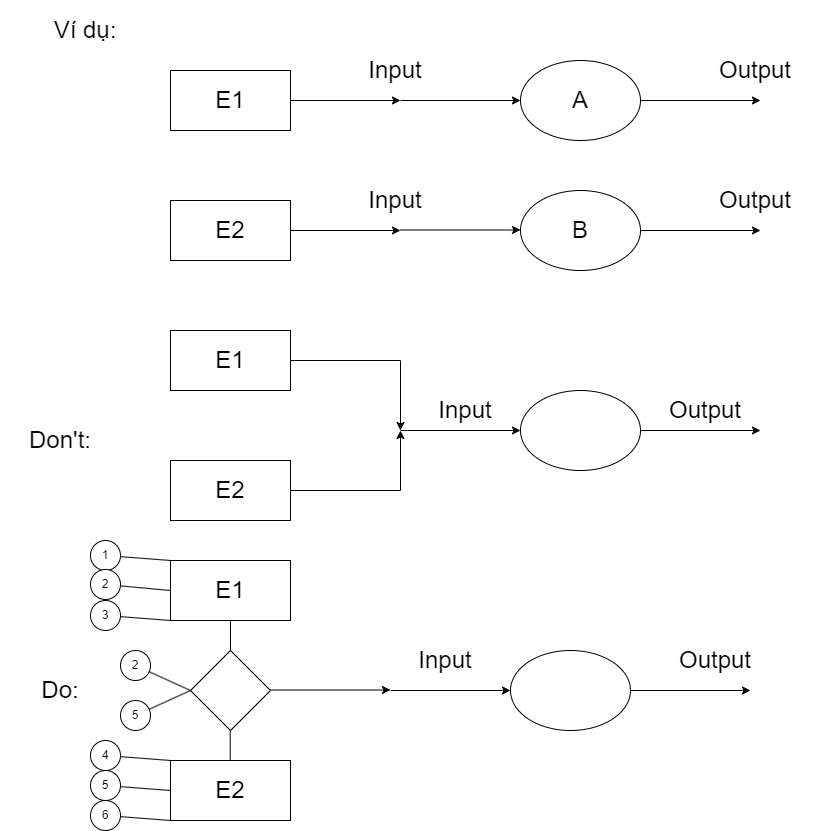
This is Ví Dụ 1 (Chương 2).png from datnham0212/learning, a draw.io export, as it was before one commit. Source tidied: cells renumbered, new cells last; positions are measured from the earlier drawing's top-left corner, leaving out a move shared by most shapes. Source of this version:
```xml
<mxGraphModel>
  <root>
    <mxCell id="0" />
    <mxCell id="1" parent="0" />
    <mxCell id="2" style="edgeStyle=orthogonalEdgeStyle;rounded=0;jettySize=auto;html=1;fontSize=24;" parent="1" edge="1" source="3">
      <mxGeometry relative="1" as="geometry">
        <mxPoint x="400" y="100" as="targetPoint" />
      </mxGeometry>
    </mxCell>
    <mxCell id="3" value="E1" style="rounded=0;whiteSpace=wrap;html=1;fontSize=24;" parent="1" vertex="1">
      <mxGeometry x="170" y="70" width="120" height="60" as="geometry" />
    </mxCell>
    <mxCell id="4" style="edgeStyle=orthogonalEdgeStyle;rounded=0;jettySize=auto;html=1;fontSize=24;" parent="1" edge="1" source="5">
      <mxGeometry relative="1" as="geometry">
        <mxPoint x="400" y="230" as="targetPoint" />
      </mxGeometry>
    </mxCell>
    <mxCell id="5" value="E2" style="rounded=0;whiteSpace=wrap;html=1;fontSize=24;" parent="1" vertex="1">
      <mxGeometry x="170" y="200" width="120" height="60" as="geometry" />
    </mxCell>
    <mxCell id="6" style="endArrow=classic;html=1;rounded=0;fontSize=24;" parent="1" edge="1">
      <mxGeometry relative="1" as="geometry">
        <mxPoint x="400" y="100" as="sourcePoint" />
        <mxPoint x="520" y="100" as="targetPoint" />
      </mxGeometry>
    </mxCell>
    <mxCell id="7" style="endArrow=classic;html=1;rounded=0;fontSize=24;" parent="1" edge="1">
      <mxGeometry relative="1" as="geometry">
        <mxPoint x="400" y="229.5" as="sourcePoint" />
        <mxPoint x="520" y="229.5" as="targetPoint" />
      </mxGeometry>
    </mxCell>
    <mxCell id="8" style="edgeStyle=orthogonalEdgeStyle;rounded=0;jettySize=auto;html=1;fontSize=24;" parent="1" edge="1" source="9">
      <mxGeometry relative="1" as="geometry">
        <mxPoint x="760" y="100" as="targetPoint" />
      </mxGeometry>
    </mxCell>
    <mxCell id="9" value="A" style="ellipse;whiteSpace=wrap;html=1;fontSize=24;" parent="1" vertex="1">
      <mxGeometry x="520" y="60" width="120" height="80" as="geometry" />
    </mxCell>
    <mxCell id="10" style="edgeStyle=orthogonalEdgeStyle;rounded=0;jettySize=auto;html=1;fontSize=24;" parent="1" edge="1" source="11">
      <mxGeometry relative="1" as="geometry">
        <mxPoint x="760" y="230" as="targetPoint" />
      </mxGeometry>
    </mxCell>
    <mxCell id="11" value="B" style="ellipse;whiteSpace=wrap;html=1;fontSize=24;" parent="1" vertex="1">
      <mxGeometry x="520" y="190" width="120" height="80" as="geometry" />
    </mxCell>
    <mxCell id="12" style="edgeStyle=orthogonalEdgeStyle;rounded=0;jettySize=auto;html=1;fontSize=24;" parent="1" edge="1" source="13">
      <mxGeometry relative="1" as="geometry">
        <mxPoint x="400" y="430" as="targetPoint" />
      </mxGeometry>
    </mxCell>
    <mxCell id="13" value="E1" style="rounded=0;whiteSpace=wrap;html=1;fontSize=24;" parent="1" vertex="1">
      <mxGeometry x="170" y="330" width="120" height="60" as="geometry" />
    </mxCell>
    <mxCell id="14" style="edgeStyle=orthogonalEdgeStyle;rounded=0;jettySize=auto;html=1;fontSize=24;" parent="1" edge="1" source="15">
      <mxGeometry relative="1" as="geometry">
        <mxPoint x="400" y="430" as="targetPoint" />
      </mxGeometry>
    </mxCell>
    <mxCell id="15" value="E2" style="rounded=0;whiteSpace=wrap;html=1;fontSize=24;" parent="1" vertex="1">
      <mxGeometry x="170" y="460" width="120" height="60" as="geometry" />
    </mxCell>
    <mxCell id="16" style="endArrow=classic;html=1;rounded=0;fontSize=24;" parent="1" edge="1">
      <mxGeometry relative="1" as="geometry">
        <mxPoint x="400" y="430" as="sourcePoint" />
        <mxPoint x="520" y="430" as="targetPoint" />
      </mxGeometry>
    </mxCell>
    <mxCell id="17" style="edgeStyle=orthogonalEdgeStyle;rounded=0;jettySize=auto;html=1;fontSize=24;" parent="1" edge="1" source="18">
      <mxGeometry relative="1" as="geometry">
        <mxPoint x="760" y="430" as="targetPoint" />
      </mxGeometry>
    </mxCell>
    <mxCell id="18" style="ellipse;whiteSpace=wrap;html=1;fontSize=24;" parent="1" vertex="1">
      <mxGeometry x="520" y="390" width="120" height="80" as="geometry" />
    </mxCell>
    <mxCell id="19" value="E2" style="rounded=0;whiteSpace=wrap;html=1;fontSize=24;" parent="1" vertex="1">
      <mxGeometry x="170" y="760" width="120" height="60" as="geometry" />
    </mxCell>
    <mxCell id="20" style="endArrow=classic;html=1;rounded=0;fontSize=24;" parent="1" edge="1">
      <mxGeometry relative="1" as="geometry">
        <mxPoint x="390" y="690" as="sourcePoint" />
        <mxPoint x="510" y="690" as="targetPoint" />
      </mxGeometry>
    </mxCell>
    <mxCell id="21" style="edgeStyle=orthogonalEdgeStyle;rounded=0;jettySize=auto;html=1;fontSize=24;" parent="1" edge="1" source="22">
      <mxGeometry relative="1" as="geometry">
        <mxPoint x="750" y="690" as="targetPoint" />
      </mxGeometry>
    </mxCell>
    <mxCell id="22" style="ellipse;whiteSpace=wrap;html=1;fontSize=24;" parent="1" vertex="1">
      <mxGeometry x="510" y="650" width="120" height="80" as="geometry" />
    </mxCell>
    <mxCell id="23" value="E1" style="rounded=0;whiteSpace=wrap;html=1;fontSize=24;" parent="1" vertex="1">
      <mxGeometry x="170" y="560" width="120" height="60" as="geometry" />
    </mxCell>
    <mxCell id="24" style="rhombus;whiteSpace=wrap;html=1;fontSize=24;" parent="1" vertex="1">
      <mxGeometry x="190" y="650" width="80" height="80" as="geometry" />
    </mxCell>
    <mxCell id="25" style="endArrow=classic;html=1;rounded=0;fontSize=24;" parent="1" edge="1">
      <mxGeometry relative="1" as="geometry">
        <mxPoint x="270" y="689.5" as="sourcePoint" />
        <mxPoint x="390" y="689.5" as="targetPoint" />
      </mxGeometry>
    </mxCell>
    <mxCell id="26" style="endArrow=none;html=1;rounded=0;fontSize=24;" parent="1" edge="1" target="23">
      <mxGeometry relative="1" as="geometry">
        <mxPoint x="230" y="650" as="sourcePoint" />
      </mxGeometry>
    </mxCell>
    <mxCell id="27" style="endArrow=none;html=1;rounded=0;fontSize=24;" parent="1" edge="1">
      <mxGeometry relative="1" as="geometry">
        <mxPoint x="229.7" y="760" as="sourcePoint" />
        <mxPoint x="229.7" y="730" as="targetPoint" />
      </mxGeometry>
    </mxCell>
    <mxCell id="28" value="Don't:" style="text;html=1;strokeColor=none;fillColor=none;align=center;verticalAlign=middle;whiteSpace=wrap;rounded=0;fontSize=24;" parent="1" vertex="1">
      <mxGeometry y="400" width="120" height="80" as="geometry" />
    </mxCell>
    <mxCell id="29" value="Do:" style="text;html=1;strokeColor=none;fillColor=none;align=center;verticalAlign=middle;whiteSpace=wrap;rounded=0;fontSize=24;" parent="1" vertex="1">
      <mxGeometry y="650" width="120" height="80" as="geometry" />
    </mxCell>
    <mxCell id="30" value="&lt;span style=&quot;font-size: 24px;&quot;&gt;Ví dụ:&lt;/span&gt;" style="text;html=1;strokeColor=none;fillColor=none;align=center;verticalAlign=middle;whiteSpace=wrap;rounded=0;" parent="1" vertex="1">
      <mxGeometry x="10" width="150" height="60" as="geometry" />
    </mxCell>
    <mxCell id="31" value="&lt;span style=&quot;font-size: 24px;&quot;&gt;Input&lt;/span&gt;" style="text;html=1;strokeColor=none;fillColor=none;align=center;verticalAlign=middle;whiteSpace=wrap;rounded=0;" parent="1" vertex="1">
      <mxGeometry x="320" y="40" width="150" height="60" as="geometry" />
    </mxCell>
    <mxCell id="32" value="&lt;span style=&quot;font-size: 24px;&quot;&gt;Output&lt;/span&gt;" style="text;html=1;strokeColor=none;fillColor=none;align=center;verticalAlign=middle;whiteSpace=wrap;rounded=0;" parent="1" vertex="1">
      <mxGeometry x="680" y="40" width="150" height="60" as="geometry" />
    </mxCell>
    <mxCell id="33" value="&lt;span style=&quot;font-size: 24px;&quot;&gt;Input&lt;/span&gt;" style="text;html=1;strokeColor=none;fillColor=none;align=center;verticalAlign=middle;whiteSpace=wrap;rounded=0;" parent="1" vertex="1">
      <mxGeometry x="320" y="170" width="150" height="60" as="geometry" />
    </mxCell>
    <mxCell id="34" value="&lt;span style=&quot;font-size: 24px;&quot;&gt;Output&lt;/span&gt;" style="text;html=1;strokeColor=none;fillColor=none;align=center;verticalAlign=middle;whiteSpace=wrap;rounded=0;" parent="1" vertex="1">
      <mxGeometry x="680" y="170" width="150" height="60" as="geometry" />
    </mxCell>
    <mxCell id="35" value="&lt;span style=&quot;font-size: 24px;&quot;&gt;Input&lt;/span&gt;" style="text;html=1;strokeColor=none;fillColor=none;align=center;verticalAlign=middle;whiteSpace=wrap;rounded=0;" parent="1" vertex="1">
      <mxGeometry x="390" y="380" width="150" height="60" as="geometry" />
    </mxCell>
    <mxCell id="36" value="&lt;span style=&quot;font-size: 24px;&quot;&gt;Output&lt;/span&gt;" style="text;html=1;strokeColor=none;fillColor=none;align=center;verticalAlign=middle;whiteSpace=wrap;rounded=0;" parent="1" vertex="1">
      <mxGeometry x="630" y="380" width="150" height="60" as="geometry" />
    </mxCell>
    <mxCell id="37" value="&lt;span style=&quot;font-size: 24px;&quot;&gt;Output&lt;/span&gt;" style="text;html=1;strokeColor=none;fillColor=none;align=center;verticalAlign=middle;whiteSpace=wrap;rounded=0;" parent="1" vertex="1">
      <mxGeometry x="640" y="630" width="150" height="60" as="geometry" />
    </mxCell>
    <mxCell id="38" value="&lt;span style=&quot;font-size: 24px;&quot;&gt;Input&lt;/span&gt;" style="text;html=1;strokeColor=none;fillColor=none;align=center;verticalAlign=middle;whiteSpace=wrap;rounded=0;" parent="1" vertex="1">
      <mxGeometry x="370" y="630" width="150" height="60" as="geometry" />
    </mxCell>
    <mxCell id="39" style="endArrow=none;html=1;rounded=0;exitX=0;exitY=0;exitDx=0;exitDy=0;" parent="1" edge="1" source="23" target="40">
      <mxGeometry relative="1" as="geometry" />
    </mxCell>
    <mxCell id="40" value="1" style="ellipse;whiteSpace=wrap;html=1;" parent="1" vertex="1">
      <mxGeometry x="90" y="540" width="30" height="30" as="geometry" />
    </mxCell>
    <mxCell id="41" style="endArrow=none;html=1;rounded=0;exitX=0;exitY=0;exitDx=0;exitDy=0;" parent="1" edge="1" target="42">
      <mxGeometry relative="1" as="geometry">
        <mxPoint x="170" y="590" as="sourcePoint" />
      </mxGeometry>
    </mxCell>
    <mxCell id="42" value="2" style="ellipse;whiteSpace=wrap;html=1;" parent="1" vertex="1">
      <mxGeometry x="90" y="569" width="30" height="30" as="geometry" />
    </mxCell>
    <mxCell id="43" style="endArrow=none;html=1;rounded=0;exitX=0;exitY=0;exitDx=0;exitDy=0;" parent="1" edge="1" target="44">
      <mxGeometry relative="1" as="geometry">
        <mxPoint x="170" y="620" as="sourcePoint" />
      </mxGeometry>
    </mxCell>
    <mxCell id="44" value="3" style="ellipse;whiteSpace=wrap;html=1;" parent="1" vertex="1">
      <mxGeometry x="90" y="600" width="30" height="30" as="geometry" />
    </mxCell>
    <mxCell id="45" style="endArrow=none;html=1;rounded=0;exitX=0;exitY=0;exitDx=0;exitDy=0;" parent="1" edge="1" target="46">
      <mxGeometry relative="1" as="geometry">
        <mxPoint x="170" y="760" as="sourcePoint" />
      </mxGeometry>
    </mxCell>
    <mxCell id="46" value="4" style="ellipse;whiteSpace=wrap;html=1;" parent="1" vertex="1">
      <mxGeometry x="90" y="740" width="30" height="30" as="geometry" />
    </mxCell>
    <mxCell id="47" style="endArrow=none;html=1;rounded=0;exitX=0;exitY=0;exitDx=0;exitDy=0;" parent="1" edge="1" target="48">
      <mxGeometry relative="1" as="geometry">
        <mxPoint x="170" y="790" as="sourcePoint" />
      </mxGeometry>
    </mxCell>
    <mxCell id="48" value="5" style="ellipse;whiteSpace=wrap;html=1;" parent="1" vertex="1">
      <mxGeometry x="90" y="770" width="30" height="30" as="geometry" />
    </mxCell>
    <mxCell id="49" style="endArrow=none;html=1;rounded=0;exitX=0;exitY=0;exitDx=0;exitDy=0;" parent="1" edge="1" target="50">
      <mxGeometry relative="1" as="geometry">
        <mxPoint x="170" y="820" as="sourcePoint" />
      </mxGeometry>
    </mxCell>
    <mxCell id="50" value="6" style="ellipse;whiteSpace=wrap;html=1;" parent="1" vertex="1">
      <mxGeometry x="90" y="800" width="30" height="30" as="geometry" />
    </mxCell>
    <mxCell id="51" style="endArrow=none;html=1;rounded=0;exitX=0;exitY=0;exitDx=0;exitDy=0;" parent="1" edge="1" target="52">
      <mxGeometry relative="1" as="geometry">
        <mxPoint x="190" y="690" as="sourcePoint" />
      </mxGeometry>
    </mxCell>
    <mxCell id="52" value="5" style="ellipse;whiteSpace=wrap;html=1;" parent="1" vertex="1">
      <mxGeometry x="120" y="700" width="30" height="30" as="geometry" />
    </mxCell>
    <mxCell id="53" style="endArrow=none;html=1;rounded=0;exitX=0;exitY=0.5;exitDx=0;exitDy=0;" parent="1" edge="1" source="24" target="54">
      <mxGeometry relative="1" as="geometry" />
    </mxCell>
    <mxCell id="54" value="2" style="ellipse;whiteSpace=wrap;html=1;" parent="1" vertex="1">
      <mxGeometry x="120" y="650" width="30" height="30" as="geometry" />
    </mxCell>
  </root>
</mxGraphModel>
```
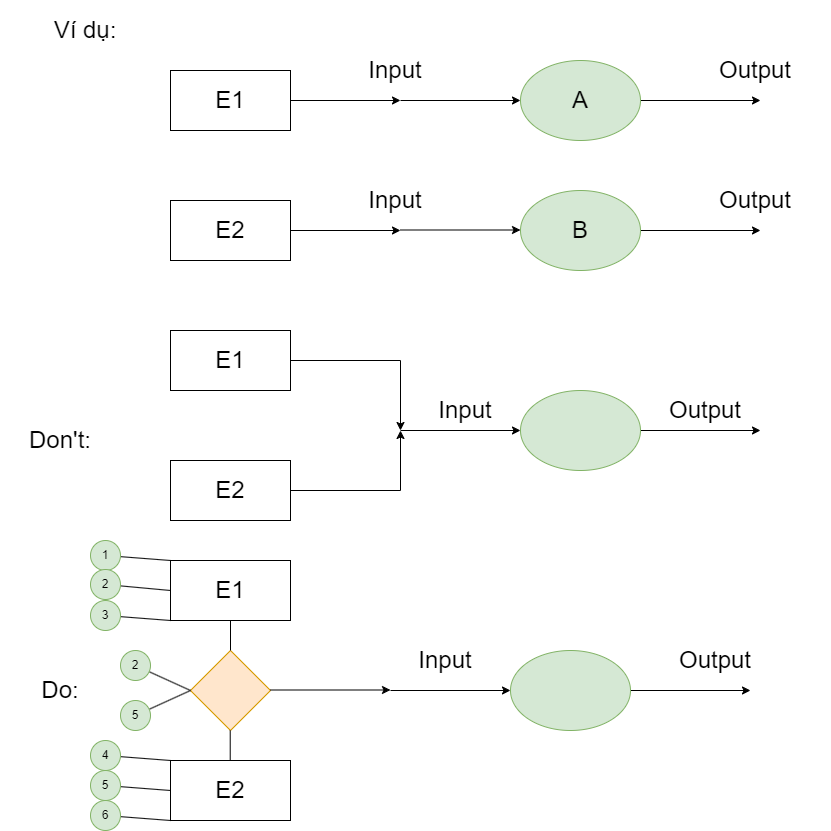
The same file after the commit.

The edit, as a diff of the source:
```diff
@@ -35,7 +35,7 @@
         <mxPoint x="760" y="100" as="targetPoint" />
       </mxGeometry>
     </mxCell>
-    <mxCell id="9" value="A" style="ellipse;whiteSpace=wrap;html=1;fontSize=24;" parent="1" vertex="1">
+    <mxCell id="9" value="A" style="ellipse;whiteSpace=wrap;html=1;fontSize=24;fillColor=#d5e8d4;strokeColor=#82b366;" parent="1" vertex="1">
       <mxGeometry x="520" y="60" width="120" height="80" as="geometry" />
     </mxCell>
     <mxCell id="10" style="edgeStyle=orthogonalEdgeStyle;rounded=0;jettySize=auto;html=1;fontSize=24;" parent="1" edge="1" source="11">
@@ -43,7 +43,7 @@
         <mxPoint x="760" y="230" as="targetPoint" />
       </mxGeometry>
     </mxCell>
-    <mxCell id="11" value="B" style="ellipse;whiteSpace=wrap;html=1;fontSize=24;" parent="1" vertex="1">
+    <mxCell id="11" value="B" style="ellipse;whiteSpace=wrap;html=1;fontSize=24;fillColor=#d5e8d4;strokeColor=#82b366;" parent="1" vertex="1">
       <mxGeometry x="520" y="190" width="120" height="80" as="geometry" />
     </mxCell>
     <mxCell id="12" style="edgeStyle=orthogonalEdgeStyle;rounded=0;jettySize=auto;html=1;fontSize=24;" parent="1" edge="1" source="13">
@@ -73,7 +73,7 @@
         <mxPoint x="760" y="430" as="targetPoint" />
       </mxGeometry>
     </mxCell>
-    <mxCell id="18" style="ellipse;whiteSpace=wrap;html=1;fontSize=24;" parent="1" vertex="1">
+    <mxCell id="18" style="ellipse;whiteSpace=wrap;html=1;fontSize=24;fillColor=#d5e8d4;strokeColor=#82b366;" parent="1" vertex="1">
       <mxGeometry x="520" y="390" width="120" height="80" as="geometry" />
     </mxCell>
     <mxCell id="19" value="E2" style="rounded=0;whiteSpace=wrap;html=1;fontSize=24;" parent="1" vertex="1">
@@ -90,13 +90,13 @@
         <mxPoint x="750" y="690" as="targetPoint" />
       </mxGeometry>
     </mxCell>
-    <mxCell id="22" style="ellipse;whiteSpace=wrap;html=1;fontSize=24;" parent="1" vertex="1">
+    <mxCell id="22" style="ellipse;whiteSpace=wrap;html=1;fontSize=24;fillColor=#d5e8d4;strokeColor=#82b366;" parent="1" vertex="1">
       <mxGeometry x="510" y="650" width="120" height="80" as="geometry" />
     </mxCell>
     <mxCell id="23" value="E1" style="rounded=0;whiteSpace=wrap;html=1;fontSize=24;" parent="1" vertex="1">
       <mxGeometry x="170" y="560" width="120" height="60" as="geometry" />
     </mxCell>
-    <mxCell id="24" style="rhombus;whiteSpace=wrap;html=1;fontSize=24;" parent="1" vertex="1">
+    <mxCell id="24" style="rhombus;whiteSpace=wrap;html=1;fontSize=24;fillColor=#ffe6cc;strokeColor=#d79b00;" parent="1" vertex="1">
       <mxGeometry x="190" y="650" width="80" height="80" as="geometry" />
     </mxCell>
     <mxCell id="25" style="endArrow=classic;html=1;rounded=0;fontSize=24;" parent="1" edge="1">
@@ -152,7 +152,7 @@
     <mxCell id="39" style="endArrow=none;html=1;rounded=0;exitX=0;exitY=0;exitDx=0;exitDy=0;" parent="1" edge="1" source="23" target="40">
       <mxGeometry relative="1" as="geometry" />
     </mxCell>
-    <mxCell id="40" value="1" style="ellipse;whiteSpace=wrap;html=1;" parent="1" vertex="1">
+    <mxCell id="40" value="1" style="ellipse;whiteSpace=wrap;html=1;fillColor=#d5e8d4;strokeColor=#82b366;" parent="1" vertex="1">
       <mxGeometry x="90" y="540" width="30" height="30" as="geometry" />
     </mxCell>
     <mxCell id="41" style="endArrow=none;html=1;rounded=0;exitX=0;exitY=0;exitDx=0;exitDy=0;" parent="1" edge="1" target="42">
@@ -160,7 +160,7 @@
         <mxPoint x="170" y="590" as="sourcePoint" />
       </mxGeometry>
     </mxCell>
-    <mxCell id="42" value="2" style="ellipse;whiteSpace=wrap;html=1;" parent="1" vertex="1">
+    <mxCell id="42" value="2" style="ellipse;whiteSpace=wrap;html=1;fillColor=#d5e8d4;strokeColor=#82b366;" parent="1" vertex="1">
       <mxGeometry x="90" y="569" width="30" height="30" as="geometry" />
     </mxCell>
     <mxCell id="43" style="endArrow=none;html=1;rounded=0;exitX=0;exitY=0;exitDx=0;exitDy=0;" parent="1" edge="1" target="44">
@@ -168,7 +168,7 @@
         <mxPoint x="170" y="620" as="sourcePoint" />
       </mxGeometry>
     </mxCell>
-    <mxCell id="44" value="3" style="ellipse;whiteSpace=wrap;html=1;" parent="1" vertex="1">
+    <mxCell id="44" value="3" style="ellipse;whiteSpace=wrap;html=1;fillColor=#d5e8d4;strokeColor=#82b366;" parent="1" vertex="1">
       <mxGeometry x="90" y="600" width="30" height="30" as="geometry" />
     </mxCell>
     <mxCell id="45" style="endArrow=none;html=1;rounded=0;exitX=0;exitY=0;exitDx=0;exitDy=0;" parent="1" edge="1" target="46">
@@ -176,7 +176,7 @@
         <mxPoint x="170" y="760" as="sourcePoint" />
       </mxGeometry>
     </mxCell>
-    <mxCell id="46" value="4" style="ellipse;whiteSpace=wrap;html=1;" parent="1" vertex="1">
+    <mxCell id="46" value="4" style="ellipse;whiteSpace=wrap;html=1;fillColor=#d5e8d4;strokeColor=#82b366;" parent="1" vertex="1">
       <mxGeometry x="90" y="740" width="30" height="30" as="geometry" />
     </mxCell>
     <mxCell id="47" style="endArrow=none;html=1;rounded=0;exitX=0;exitY=0;exitDx=0;exitDy=0;" parent="1" edge="1" target="48">
@@ -184,7 +184,7 @@
         <mxPoint x="170" y="790" as="sourcePoint" />
       </mxGeometry>
     </mxCell>
-    <mxCell id="48" value="5" style="ellipse;whiteSpace=wrap;html=1;" parent="1" vertex="1">
+    <mxCell id="48" value="5" style="ellipse;whiteSpace=wrap;html=1;fillColor=#d5e8d4;strokeColor=#82b366;" parent="1" vertex="1">
       <mxGeometry x="90" y="770" width="30" height="30" as="geometry" />
     </mxCell>
     <mxCell id="49" style="endArrow=none;html=1;rounded=0;exitX=0;exitY=0;exitDx=0;exitDy=0;" parent="1" edge="1" target="50">
@@ -192,7 +192,7 @@
         <mxPoint x="170" y="820" as="sourcePoint" />
       </mxGeometry>
     </mxCell>
-    <mxCell id="50" value="6" style="ellipse;whiteSpace=wrap;html=1;" parent="1" vertex="1">
+    <mxCell id="50" value="6" style="ellipse;whiteSpace=wrap;html=1;fillColor=#d5e8d4;strokeColor=#82b366;" parent="1" vertex="1">
       <mxGeometry x="90" y="800" width="30" height="30" as="geometry" />
     </mxCell>
     <mxCell id="51" style="endArrow=none;html=1;rounded=0;exitX=0;exitY=0;exitDx=0;exitDy=0;" parent="1" edge="1" target="52">
@@ -200,13 +200,13 @@
         <mxPoint x="190" y="690" as="sourcePoint" />
       </mxGeometry>
     </mxCell>
-    <mxCell id="52" value="5" style="ellipse;whiteSpace=wrap;html=1;" parent="1" vertex="1">
+    <mxCell id="52" value="5" style="ellipse;whiteSpace=wrap;html=1;fillColor=#d5e8d4;strokeColor=#82b366;" parent="1" vertex="1">
       <mxGeometry x="120" y="700" width="30" height="30" as="geometry" />
     </mxCell>
     <mxCell id="53" style="endArrow=none;html=1;rounded=0;exitX=0;exitY=0.5;exitDx=0;exitDy=0;" parent="1" edge="1" source="24" target="54">
       <mxGeometry relative="1" as="geometry" />
     </mxCell>
-    <mxCell id="54" value="2" style="ellipse;whiteSpace=wrap;html=1;" parent="1" vertex="1">
+    <mxCell id="54" value="2" style="ellipse;whiteSpace=wrap;html=1;fillColor=#d5e8d4;strokeColor=#82b366;" parent="1" vertex="1">
       <mxGeometry x="120" y="650" width="30" height="30" as="geometry" />
     </mxCell>
   </root>
```
